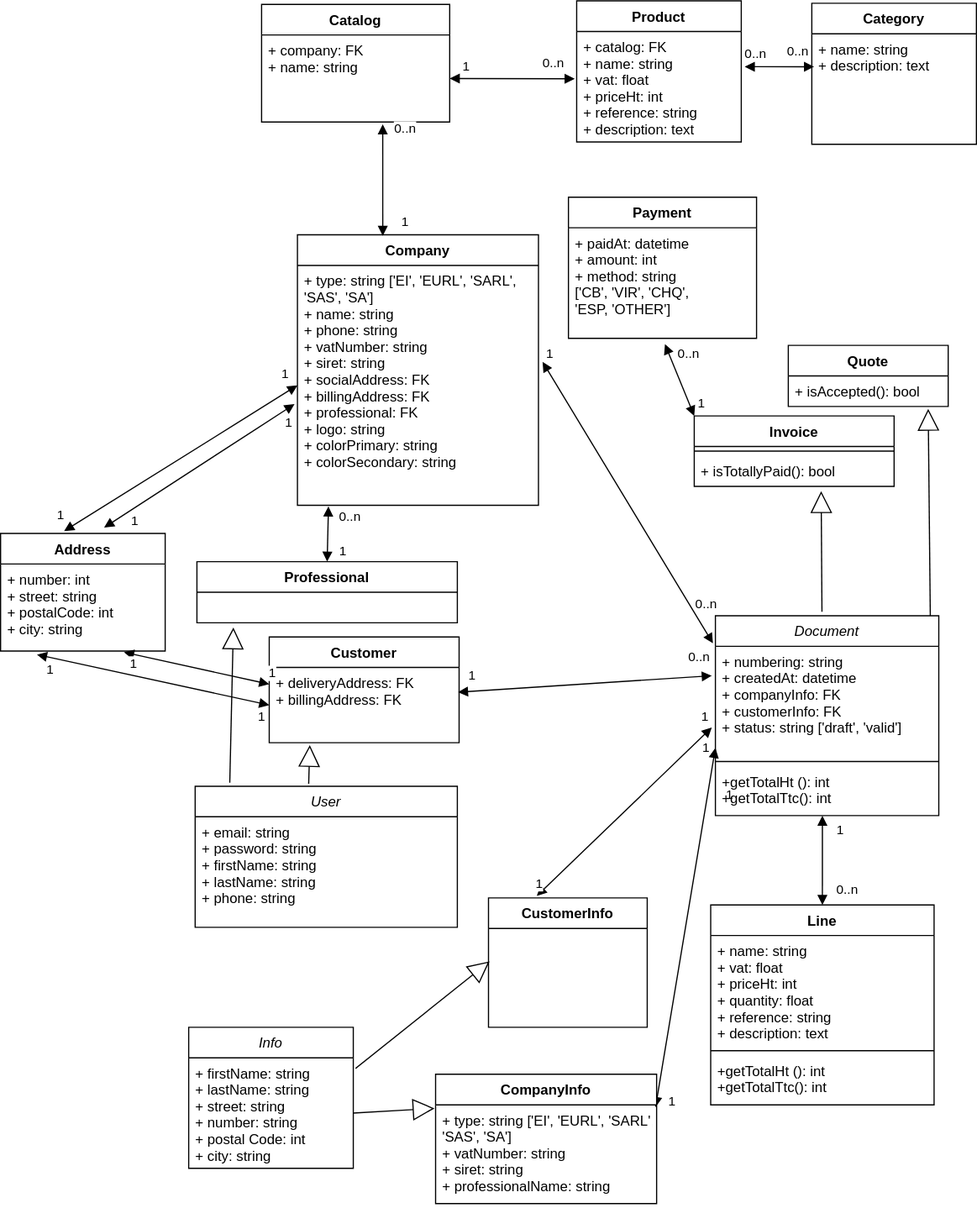
Before: documentation/uml-class-diagram.drawio.svg, a diagram exported from draw.io (cedric816/symfacture). Source tidied: cells renumbered, new cells last; positions are measured from the earlier drawing's top-left corner, leaving out a move shared by most shapes.
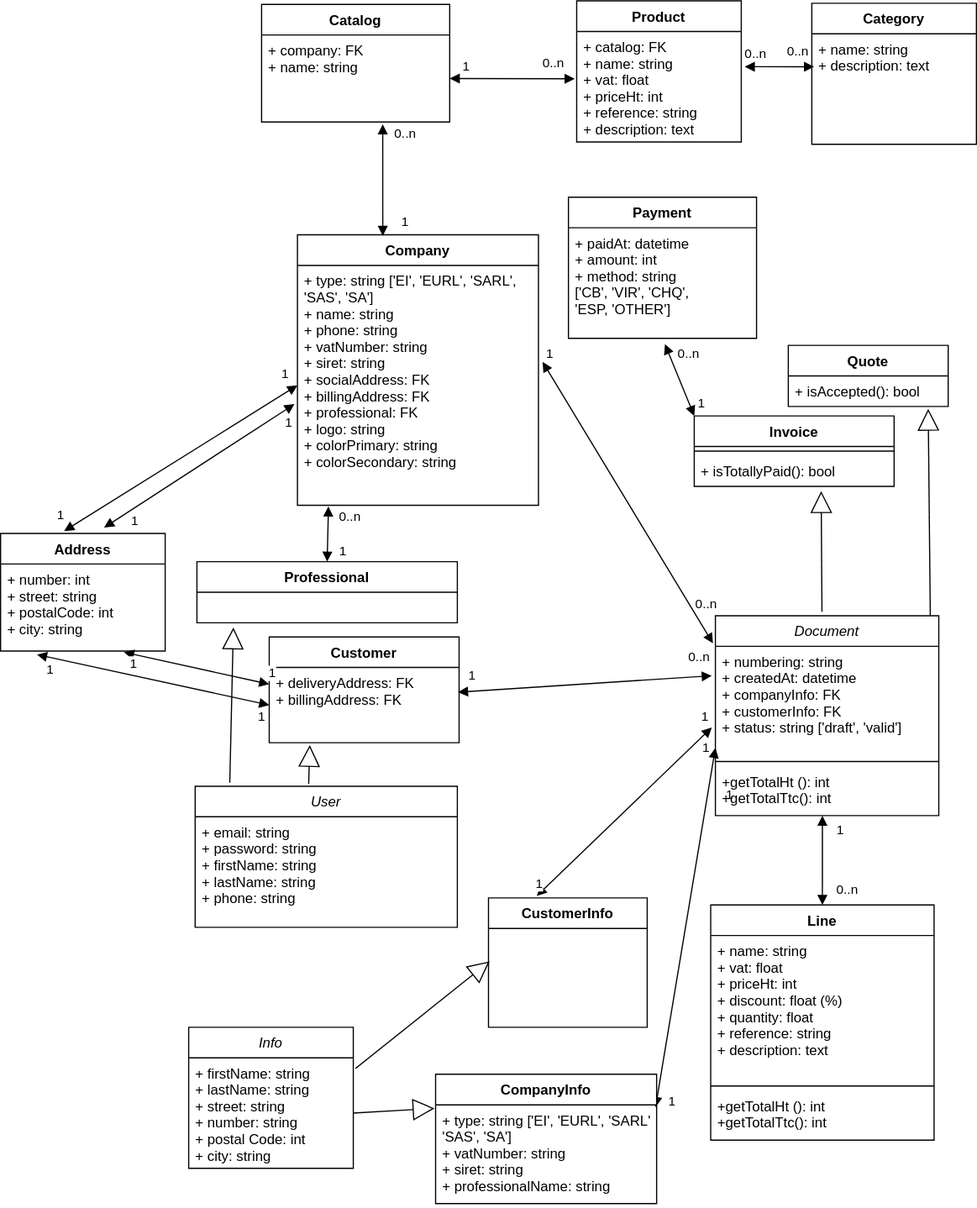
The same file after the commit.

The edit, as a diff of the source:
```diff
@@ -62,7 +62,7 @@
     </mxCell>
     <mxCell id="20" value="0..n" style="edgeLabel;html=1;align=center;verticalAlign=middle;" parent="19" vertex="1">
       <mxGeometry x="-0.63" y="-1" relative="1" as="geometry">
-        <mxPoint x="19" y="-13" as="offset" />
+        <mxPoint x="19" y="-9" as="offset" />
       </mxGeometry>
     </mxCell>
     <mxCell id="21" value="1&lt;br&gt;" style="edgeLabel;html=1;align=center;verticalAlign=middle;" parent="19" vertex="1">
@@ -192,16 +192,16 @@
       <mxGeometry y="34" width="170" height="26" as="geometry" />
     </mxCell>
     <mxCell id="53" value="Line" style="swimlane;fontStyle=1;align=center;verticalAlign=top;horizontal=1;startSize=26;" parent="1" vertex="1">
-      <mxGeometry x="604" y="769" width="190" height="170" as="geometry" />
+      <mxGeometry x="604" y="769" width="190" height="200" as="geometry" />
     </mxCell>
-    <mxCell id="54" value="+ name: string&#10;+ vat: float&#10;+ priceHt: int&#10;+ quantity: float&#10;+ reference: string&#10;+ description: text" style="text;strokeColor=none;fillColor=none;align=left;verticalAlign=top;spacingLeft=4;spacingRight=4;overflow=hidden;" parent="53" vertex="1">
-      <mxGeometry y="26" width="190" height="94" as="geometry" />
+    <mxCell id="54" value="+ name: string&#10;+ vat: float&#10;+ priceHt: int&#10;+ discount: float (%)&#10;+ quantity: float&#10;+ reference: string&#10;+ description: text" style="text;strokeColor=none;fillColor=none;align=left;verticalAlign=top;spacingLeft=4;spacingRight=4;overflow=hidden;" parent="53" vertex="1">
+      <mxGeometry y="26" width="190" height="124" as="geometry" />
     </mxCell>
     <mxCell id="55" style="line;strokeWidth=1;fillColor=none;align=left;verticalAlign=middle;spacingTop=-1;spacingLeft=3;spacingRight=3;labelPosition=right;strokeColor=inherit;" parent="53" vertex="1">
-      <mxGeometry y="120" width="190" height="8" as="geometry" />
+      <mxGeometry y="150" width="190" height="8" as="geometry" />
     </mxCell>
     <mxCell id="56" value="+getTotalHt (): int&#10;+getTotalTtc(): int" style="text;strokeColor=none;fillColor=none;align=left;verticalAlign=top;spacingLeft=4;spacingRight=4;overflow=hidden;" parent="53" vertex="1">
-      <mxGeometry y="128" width="190" height="42" as="geometry" />
+      <mxGeometry y="158" width="190" height="42" as="geometry" />
     </mxCell>
     <mxCell id="57" style="endArrow=block;startArrow=block;endFill=1;startFill=1;html=1;exitX=0.5;exitY=0;exitDx=0;exitDy=0;entryX=0.479;entryY=1;entryDx=0;entryDy=0;entryPerimeter=0;" parent="1" edge="1" source="53" target="42">
       <mxGeometry relative="1" as="geometry" />
```
